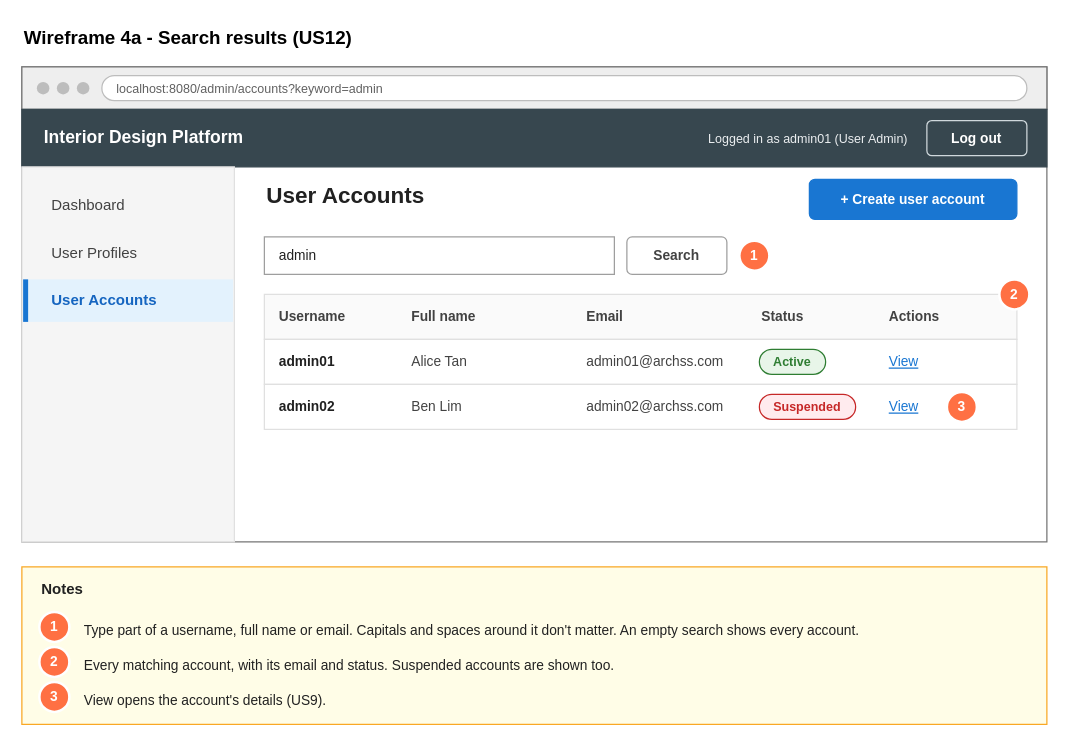
This is page "4a Wireframe - Search results" (2 of 5) of Sprint_1/US12 - Search User Account/US12 Search user account.drawio from Hanzxc/CSIT314-ARCHSS, a draw.io file, before an edit. Source tidied: cells renumbered, new cells numbered last; positions are measured from the earlier drawing's top-left corner, leaving out a move shared by most shapes. Both pictures are drawn from the tidied source at 125%, with x=0, y=0 at pixel (21, 21).
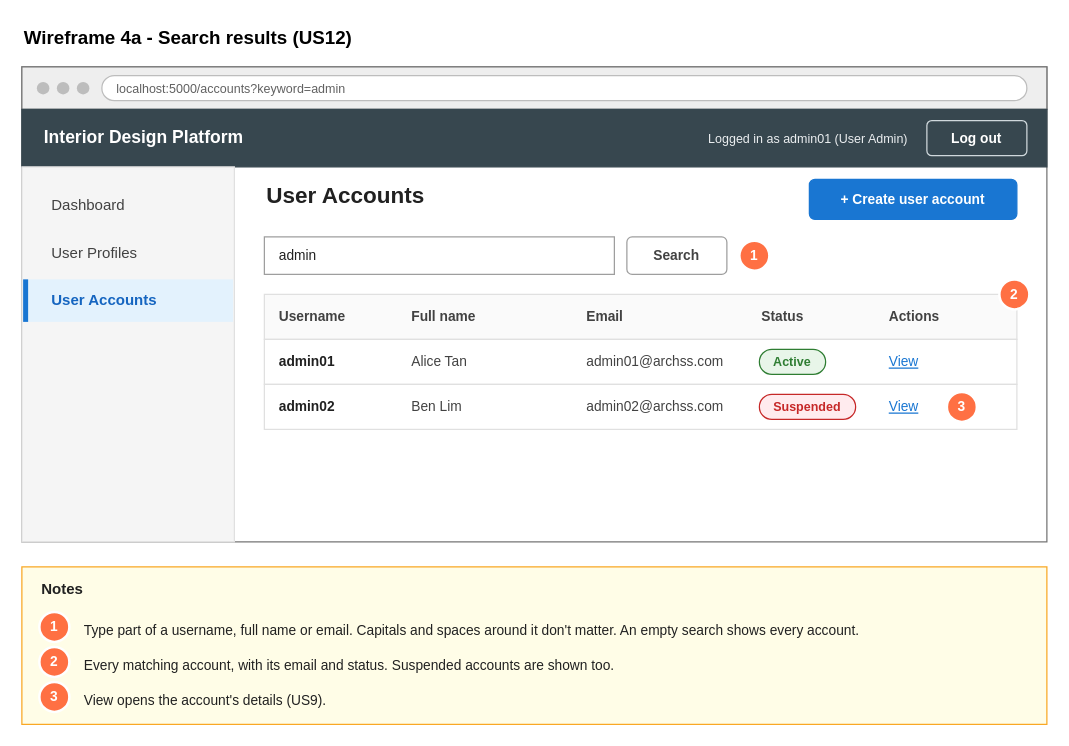
The same page after the edit.

Diff of the diagram source:
```diff
@@
-    <mxCell id="8" value="localhost:8080/admin/accounts?keyword=admin" style="rounded=1;whiteSpace=wrap;html=1;fillColor=#FFFFFF;strokeColor=#BDBDBD;fontSize=10;fontColor=#616161;align=left;spacingLeft=10;arcSize=50;" parent="1" vertex="1">
+    <mxCell id="8" value="localhost:5000/accounts?keyword=admin" style="rounded=1;whiteSpace=wrap;html=1;fillColor=#FFFFFF;strokeColor=#BDBDBD;fontSize=10;fontColor=#616161;align=left;spacingLeft=10;arcSize=50;" parent="1" vertex="1">
       <mxGeometry x="64" y="43" width="740" height="20" as="geometry" />
     </mxCell>
```
